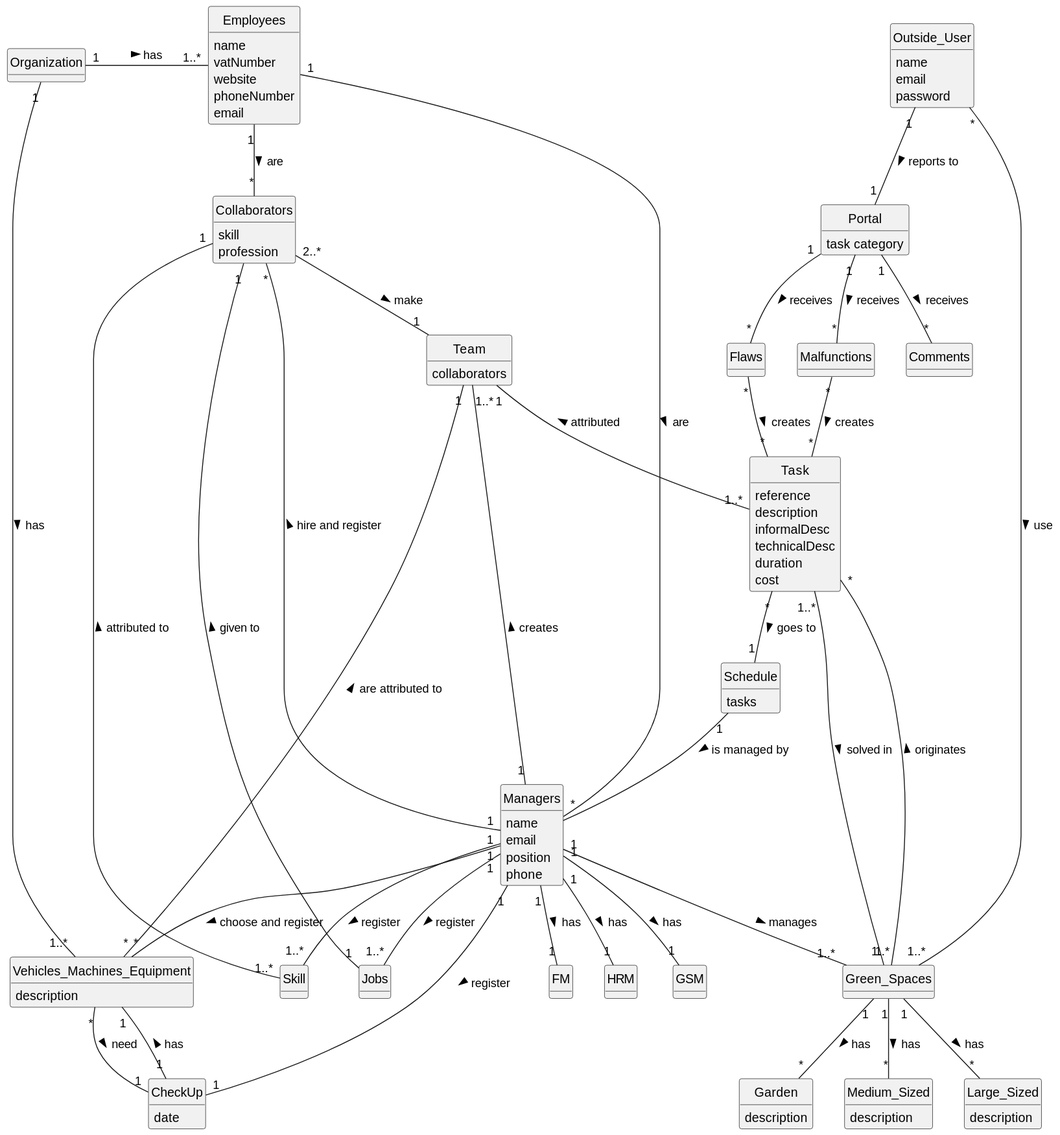
Before: docs/sprintA/global-artifacts/02.analysis/svg/project-domain-model.svg, a diagram exported from PlantUML (Departamento-de-Engenharia-Informatica/lei-24-s2-1df-1de-g063).
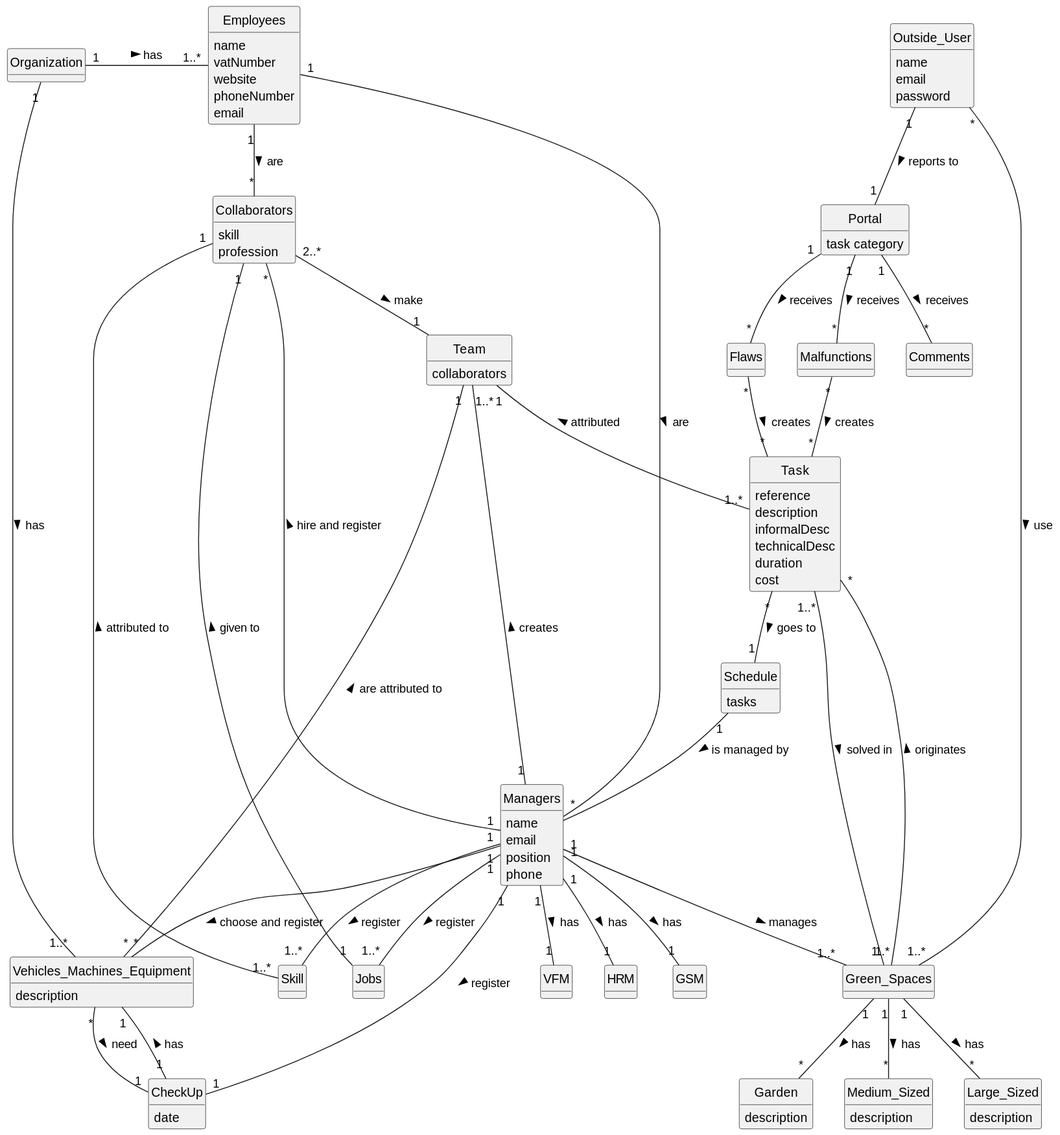
Later version of the same file.

What changed in the source:
```diff
@@ -31,7 +31,7 @@
 class Vehicles_Machines_Equipment{
     description
 }
-class FM{}
+class VFM{}
 class HRM{}
 class GSM{}
 class Green_Spaces{
@@ -80,7 +80,7 @@
 Employees "1" -- "*" Managers : are >
 Managers "1" -- "1"GSM: has >
 Managers "1" -- "1"HRM: has >
-Managers "1" -- "1"FM: has >
+Managers "1" -- "1"VFM: has >
 Managers "1" -- "1..*"Team: creates >
 Managers "1"-- "1..*"Green_Spaces: manages >
 Managers "1"-- "*"Collaborators: hire and register >
```
